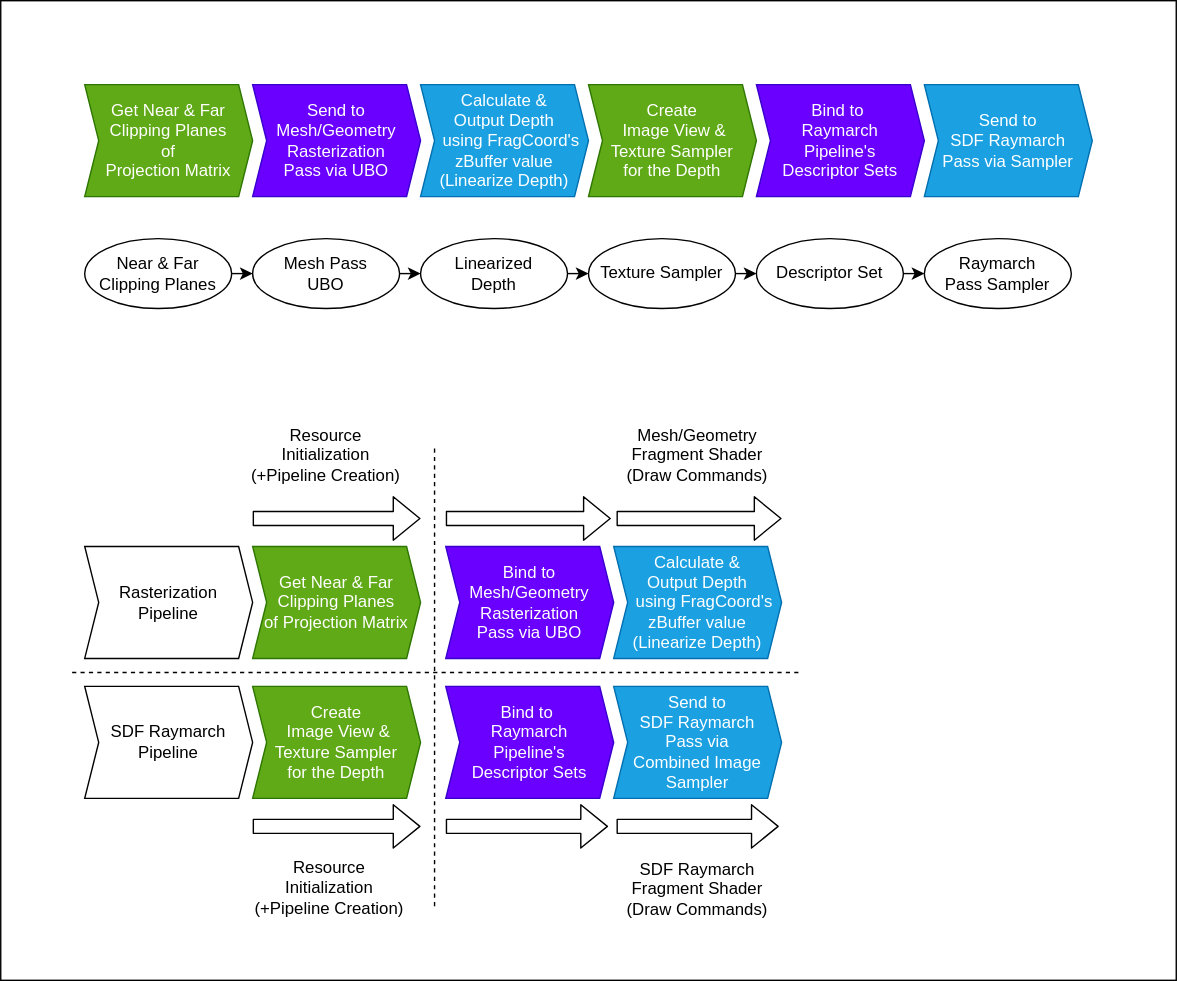
This is docs/design/sdf-raymarching-architecture.svg from hiradyazdan/sdf-ray4d-engine, a draw.io export, as it was before one commit. Source tidied: cells renumbered, new cells last; positions are measured from the earlier drawing's top-left corner, leaving out a move shared by most shapes.
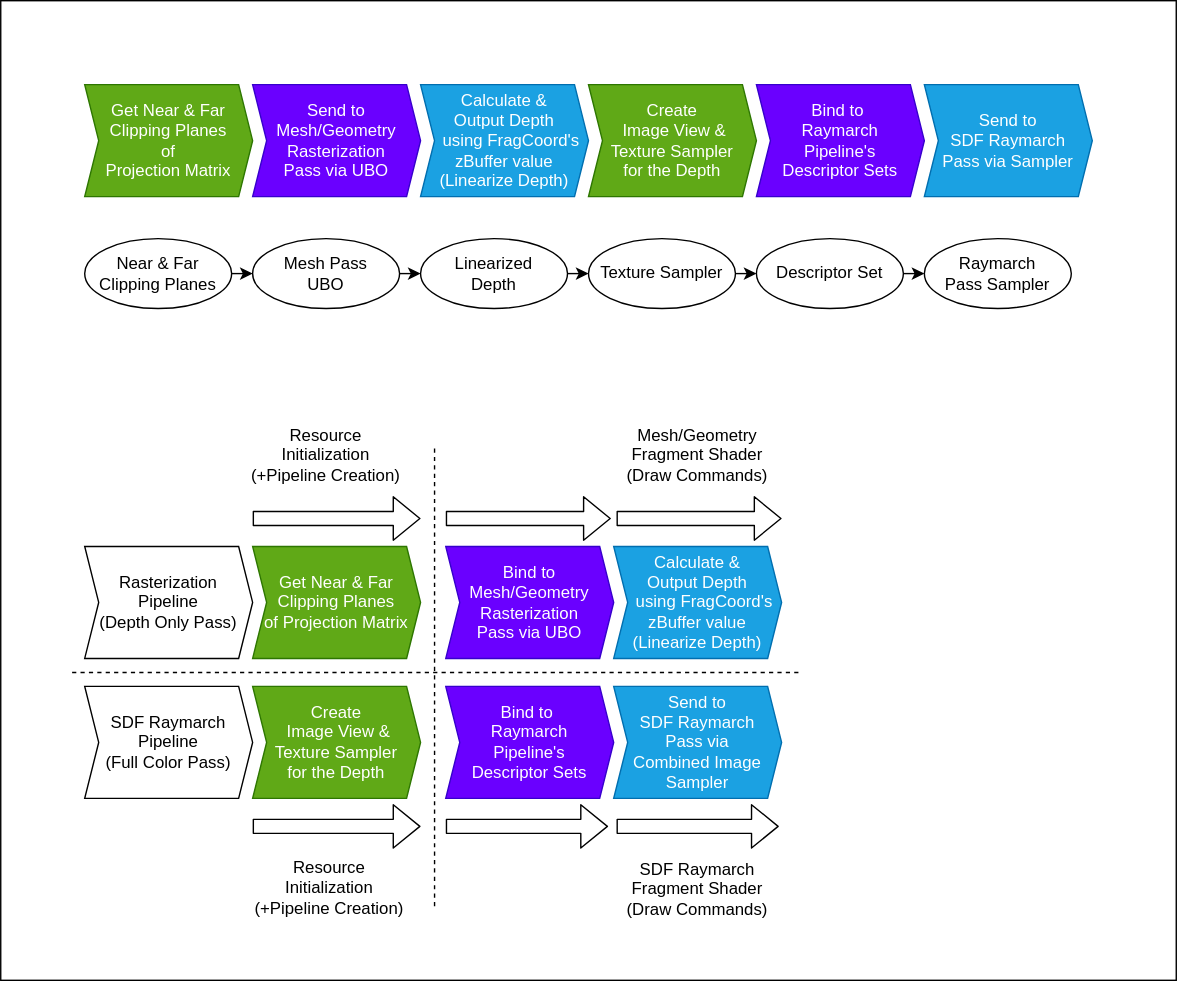
The same diagram one commit later.

Diff of the diagram source:
```diff
@@ -92,10 +92,10 @@
     <mxCell id="29" value="Send to &lt;br&gt;SDF Raymarch &lt;br&gt;Pass via &lt;br&gt;Combined Image Sampler" style="shape=step;perimeter=stepPerimeter;whiteSpace=wrap;html=1;fixedSize=1;align=center;size=10;fillColor=#1ba1e2;strokeColor=#006EAF;fontColor=#ffffff;" parent="1" vertex="1">
       <mxGeometry x="438" y="490" width="120" height="80" as="geometry" />
     </mxCell>
-    <mxCell id="30" value="Rasterization &lt;br&gt;Pipeline" style="shape=step;perimeter=stepPerimeter;whiteSpace=wrap;html=1;fixedSize=1;align=center;size=10;" parent="1" vertex="1">
+    <mxCell id="30" value="Rasterization &lt;br&gt;Pipeline&lt;br&gt;(Depth Only Pass)" style="shape=step;perimeter=stepPerimeter;whiteSpace=wrap;html=1;fixedSize=1;align=center;size=10;" parent="1" vertex="1">
       <mxGeometry x="60" y="390" width="120" height="80" as="geometry" />
     </mxCell>
-    <mxCell id="31" value="SDF Raymarch&lt;br&gt;Pipeline" style="shape=step;perimeter=stepPerimeter;whiteSpace=wrap;html=1;fixedSize=1;align=center;size=10;" parent="1" vertex="1">
+    <mxCell id="31" value="SDF Raymarch&lt;br&gt;Pipeline&lt;br&gt;(Full Color Pass)" style="shape=step;perimeter=stepPerimeter;whiteSpace=wrap;html=1;fixedSize=1;align=center;size=10;" parent="1" vertex="1">
       <mxGeometry x="60" y="490" width="120" height="80" as="geometry" />
     </mxCell>
     <mxCell id="32" style="shape=flexArrow;endArrow=classic;html=1;" parent="1" edge="1">
```
